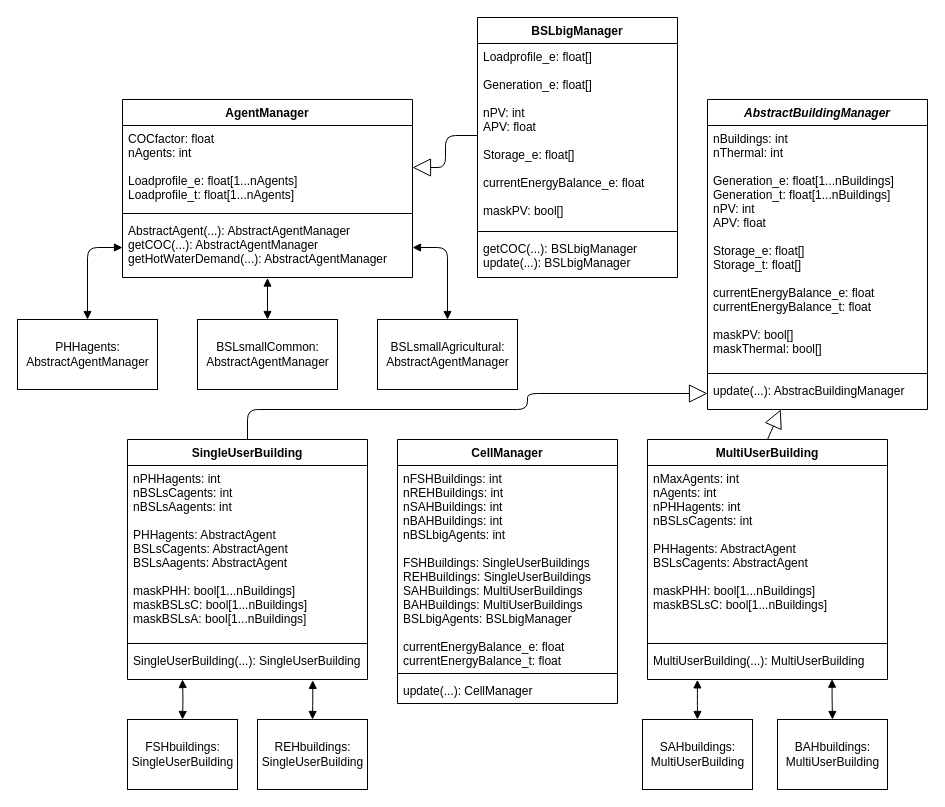
HSZittauGoerlitz/EnSySim keeps this draw.io diagram as page "WithBuildings" (2 of 2) of ModelStructure.drawio. Above is the earlier version. Source tidied: cells renumbered, new cells numbered last; positions are measured from the earlier drawing's top-left corner, leaving out a move shared by most shapes. Both pictures are drawn from the tidied source at 100%, with x=0, y=0 at pixel (17, 17).
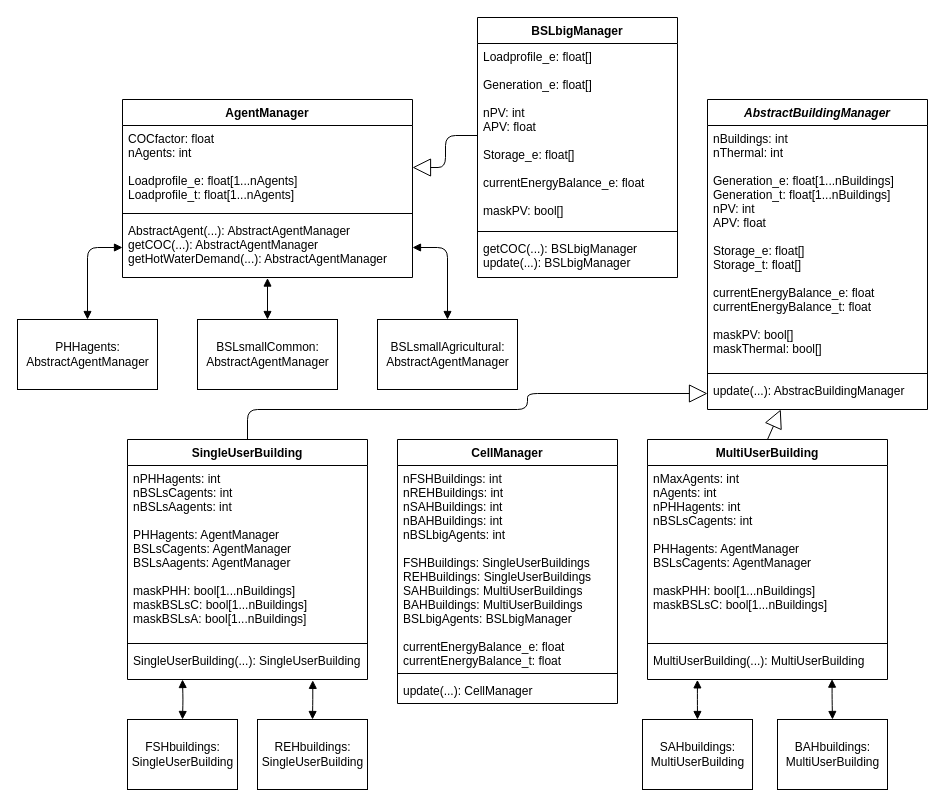
Above is the later version.

Commit message:
Fix new class name in all references

Unchanged cells that the change refers to:
```xml
<mxCell id="8" value="SingleUserBuilding" style="swimlane;fontStyle=1;align=center;verticalAlign=top;horizontal=1;startSize=26;" parent="1" vertex="1">
  <mxGeometry x="110" y="422" width="240" height="240" as="geometry" />
</mxCell>
<mxCell id="12" value="MultiUserBuilding" style="swimlane;fontStyle=1;align=center;verticalAlign=top;horizontal=1;startSize=26;" parent="1" vertex="1">
  <mxGeometry x="630" y="422" width="240" height="240" as="geometry" />
</mxCell>
```

The edit, as a diff of the source:
```diff
@@
-    <mxCell id="9" value="nPHHagents: int&#10;nBSLsCagents: int&#10;nBSLsAagents: int&#10;&#10;PHHagents: AbstractAgent&#10;BSLsCagents: AbstractAgent&#10;BSLsAagents: AbstractAgent&#10;&#10;maskPHH: bool[1...nBuildings]&#10;maskBSLsC: bool[1...nBuildings]&#10;maskBSLsA: bool[1...nBuildings]" style="text;strokeColor=none;fillColor=none;align=left;verticalAlign=top;spacingLeft=4;spacingRight=4;overflow=hidden;" parent="8" vertex="1">
+    <mxCell id="9" value="nPHHagents: int&#10;nBSLsCagents: int&#10;nBSLsAagents: int&#10;&#10;PHHagents: AgentManager&#10;BSLsCagents: AgentManager&#10;BSLsAagents: AgentManager&#10;&#10;maskPHH: bool[1...nBuildings]&#10;maskBSLsC: bool[1...nBuildings]&#10;maskBSLsA: bool[1...nBuildings]" style="text;strokeColor=none;fillColor=none;align=left;verticalAlign=top;spacingLeft=4;spacingRight=4;overflow=hidden;" parent="8" vertex="1">
       <mxGeometry y="26" width="240" height="174" as="geometry" />
     </mxCell>
@@
-    <mxCell id="13" value="nMaxAgents: int&#10;nAgents: int&#10;nPHHagents: int&#10;nBSLsCagents: int&#10;&#10;PHHagents: AbstractAgent&#10;BSLsCagents: AbstractAgent&#10;&#10;maskPHH: bool[1...nBuildings]&#10;maskBSLsC: bool[1...nBuildings]" style="text;strokeColor=none;fillColor=none;align=left;verticalAlign=top;spacingLeft=4;spacingRight=4;overflow=hidden;" parent="12" vertex="1">
+    <mxCell id="13" value="nMaxAgents: int&#10;nAgents: int&#10;nPHHagents: int&#10;nBSLsCagents: int&#10;&#10;PHHagents: AgentManager&#10;BSLsCagents: AgentManager&#10;&#10;maskPHH: bool[1...nBuildings]&#10;maskBSLsC: bool[1...nBuildings]" style="text;strokeColor=none;fillColor=none;align=left;verticalAlign=top;spacingLeft=4;spacingRight=4;overflow=hidden;" parent="12" vertex="1">
       <mxGeometry y="26" width="240" height="174" as="geometry" />
     </mxCell>
```
